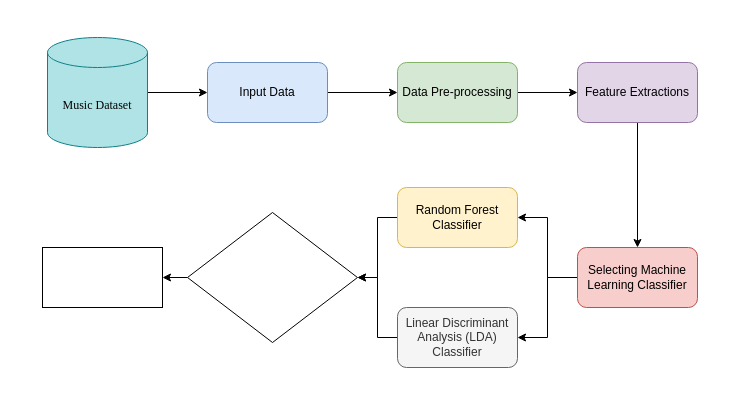
This is Poster Block Diagram.drawio from sohagkumarsaha/draw.io-public, a draw.io file, before an edit. Source tidied: cells renumbered, new cells numbered last; positions are measured from the earlier drawing's top-left corner, leaving out a move shared by most shapes. Both pictures are drawn from the tidied source at 100%, with x=0, y=0 at pixel (42, 37).
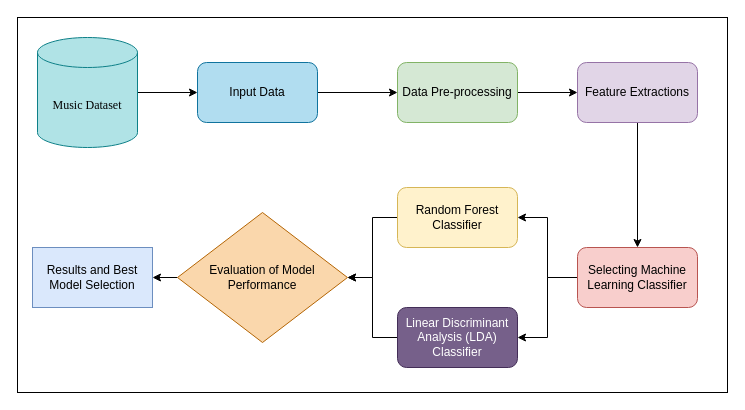
The same diagram, later.

Change to the diagram source:
```diff
@@
+    <mxCell id="20" style="rounded=0;whiteSpace=wrap;html=1;" parent="1" vertex="1">
+      <mxGeometry x="-25" y="-20" width="710" height="375" as="geometry" />
+    </mxCell>
@@
     <mxCell id="3" value="&lt;font face=&quot;Times New Roman&quot;&gt;Music Dataset&lt;/font&gt;" style="shape=cylinder3;whiteSpace=wrap;html=1;boundedLbl=1;backgroundOutline=1;size=15;fillColor=#b0e3e6;strokeColor=#0e8088;" parent="1" vertex="1">
-      <mxGeometry x="5" width="100" height="110" as="geometry" />
+      <mxGeometry x="-5" width="100" height="110" as="geometry" />
     </mxCell>
@@
-    <mxCell id="5" value="Input Data" style="rounded=1;whiteSpace=wrap;html=1;fillColor=#dae8fc;strokeColor=#6c8ebf;" parent="1" vertex="1">
-      <mxGeometry x="165" y="25" width="120" height="60" as="geometry" />
+    <mxCell id="5" value="Input Data" style="rounded=1;whiteSpace=wrap;html=1;fillColor=#b1ddf0;strokeColor=#10739e;" parent="1" vertex="1">
+      <mxGeometry x="155" y="25" width="120" height="60" as="geometry" />
     </mxCell>
@@
-    <mxCell id="16" value="Linear Discriminant Analysis (LDA) Classifier" style="rounded=1;whiteSpace=wrap;html=1;fillColor=#f5f5f5;strokeColor=#666666;fontColor=#333333;" parent="1" vertex="1">
+    <mxCell id="16" value="Linear Discriminant Analysis (LDA) Classifier" style="rounded=1;whiteSpace=wrap;html=1;fillColor=#76608a;strokeColor=#432D57;fontColor=#ffffff;" parent="1" vertex="1">
       <mxGeometry x="355" y="270" width="120" height="60" as="geometry" />
     </mxCell>
-    <mxCell id="17" style="rounded=0;whiteSpace=wrap;html=1;" parent="1" vertex="1">
-      <mxGeometry y="210" width="120" height="60" as="geometry" />
+    <mxCell id="17" value="Results and Best Model Selection" style="rounded=0;whiteSpace=wrap;html=1;fillColor=#dae8fc;strokeColor=#6c8ebf;" parent="1" vertex="1">
+      <mxGeometry x="-10" y="210" width="120" height="60" as="geometry" />
     </mxCell>
@@
-    <mxCell id="19" style="rhombus;whiteSpace=wrap;html=1;" parent="1" vertex="1">
-      <mxGeometry x="145" y="175" width="170" height="130" as="geometry" />
+    <mxCell id="19" value="Evaluation of Model Performance" style="rhombus;whiteSpace=wrap;html=1;fillColor=#fad7ac;strokeColor=#b46504;" parent="1" vertex="1">
+      <mxGeometry x="135" y="175" width="170" height="130" as="geometry" />
     </mxCell>
```
